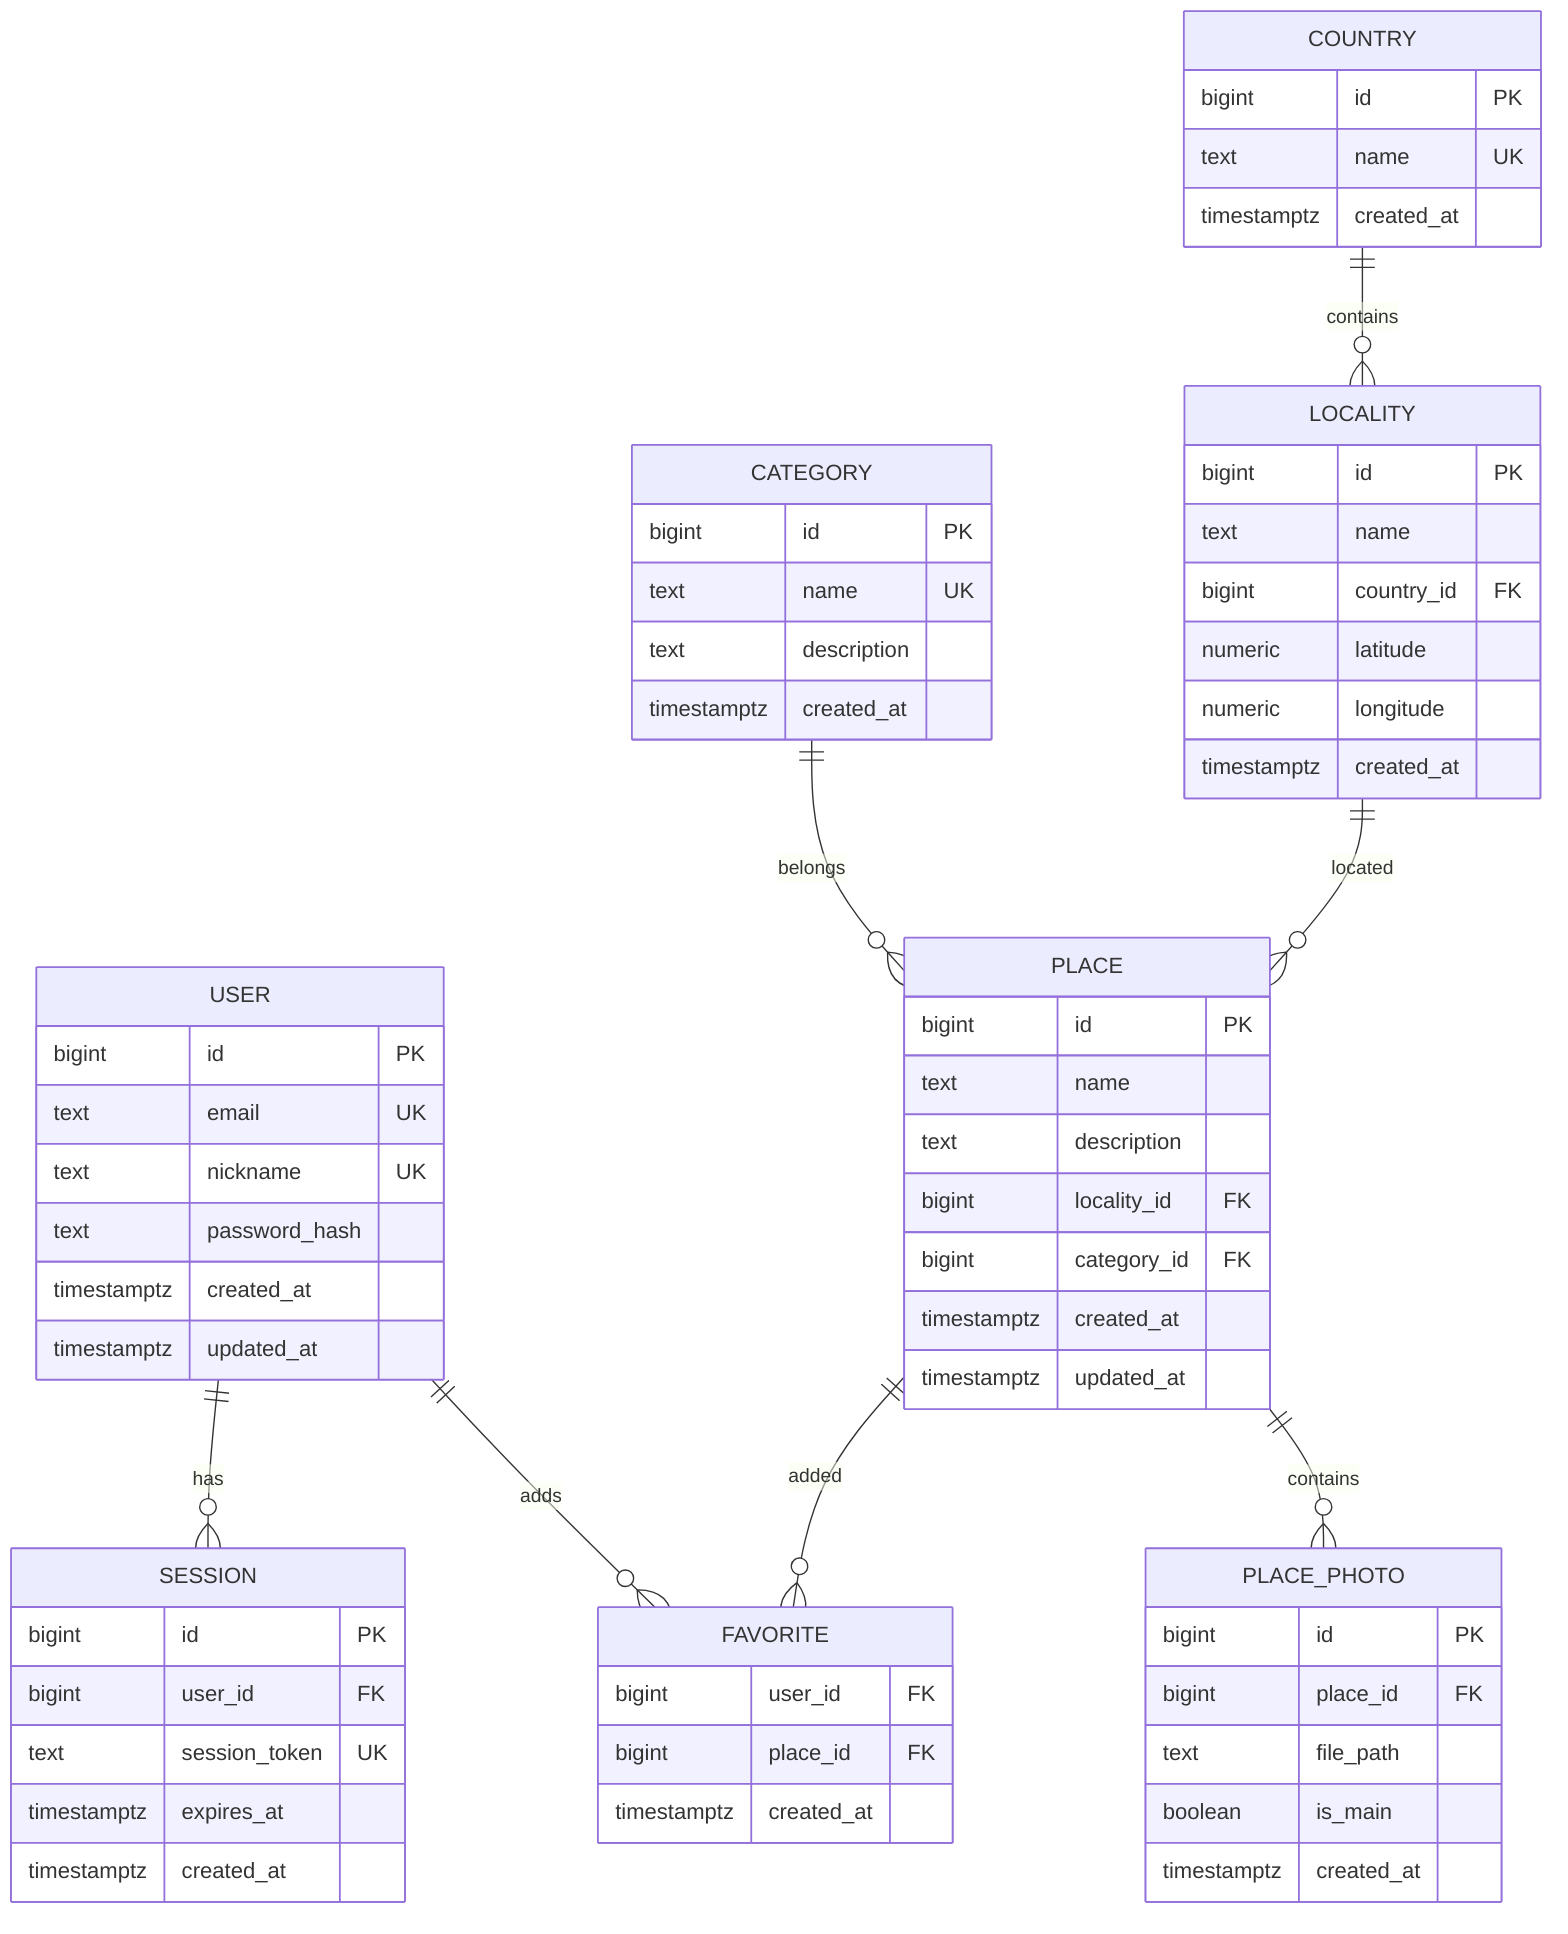
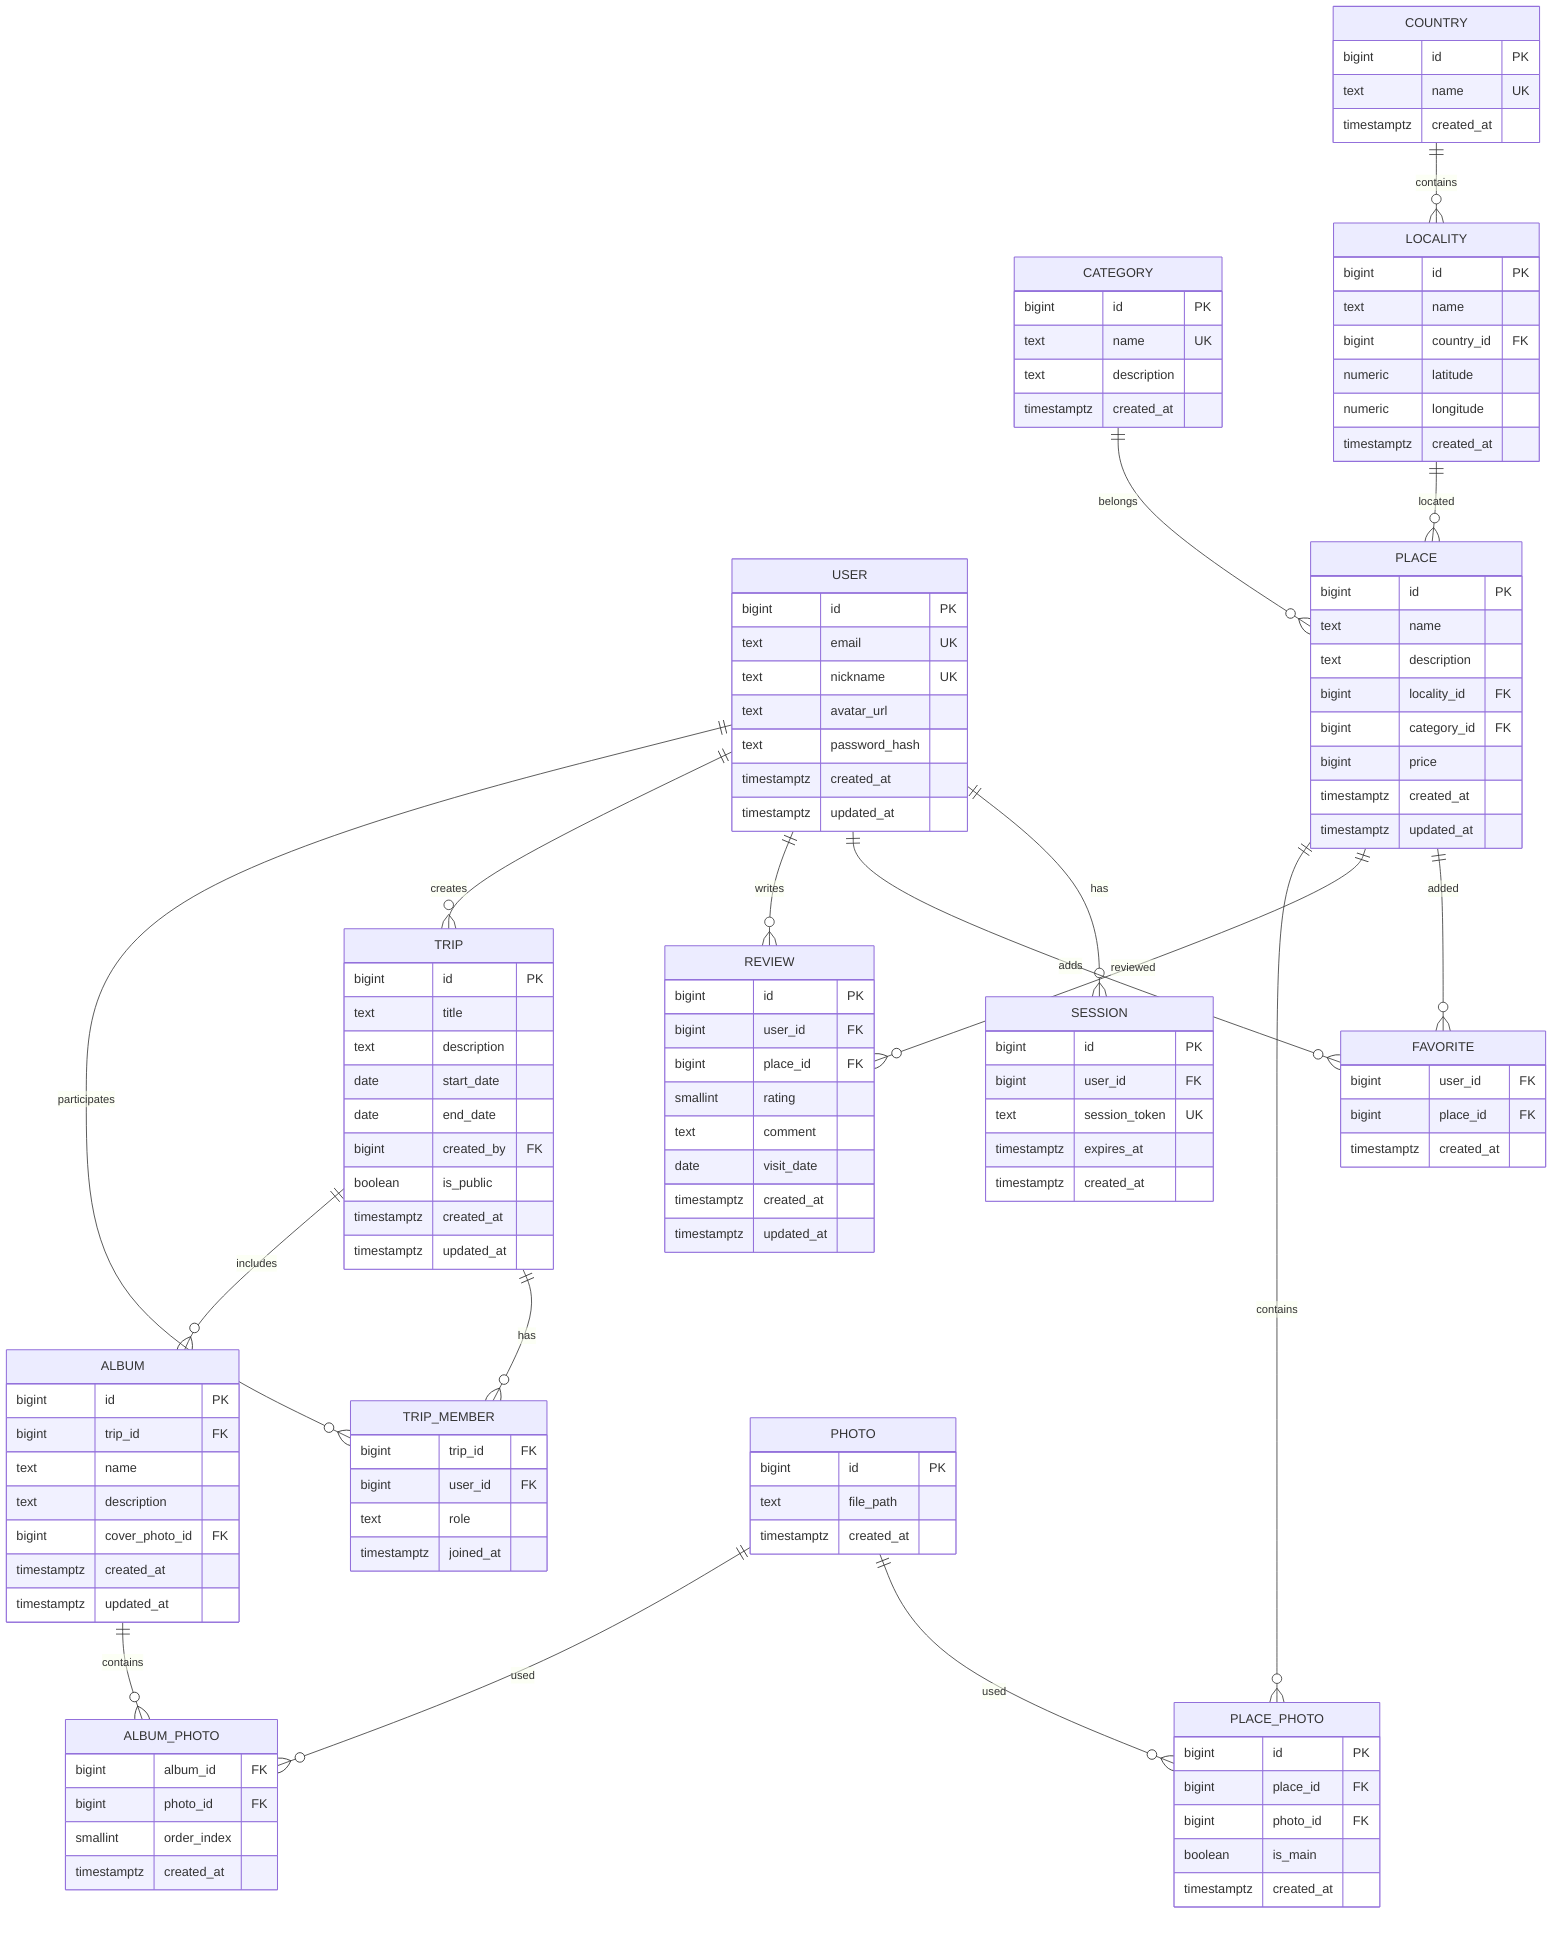
erDiagram
    USER ||--o{ SESSION : has
    USER ||--o{ FAVORITE : adds
+     USER ||--o{ REVIEW : writes
+     USER ||--o{ TRIP : creates
+     USER ||--o{ TRIP_MEMBER : participates
    PLACE ||--o{ FAVORITE : added
+     PLACE ||--o{ REVIEW : reviewed
    PLACE ||--o{ PLACE_PHOTO : contains
    CATEGORY ||--o{ PLACE : belongs
    LOCALITY ||--o{ PLACE : located
    COUNTRY ||--o{ LOCALITY : contains
+     TRIP ||--o{ TRIP_MEMBER : has
+     TRIP ||--o{ ALBUM : includes
+     ALBUM ||--o{ ALBUM_PHOTO : contains
+     PHOTO ||--o{ PLACE_PHOTO : used
+     PHOTO ||--o{ ALBUM_PHOTO : used

    USER {
        bigint id PK
        text email UK
        text nickname UK
+         text avatar_url
        text password_hash
        timestamptz created_at
        timestamptz updated_at
    }

    SESSION {
        bigint id PK
        bigint user_id FK
        text session_token UK
        timestamptz expires_at
        timestamptz created_at
    }

    FAVORITE {
        bigint user_id FK
        bigint place_id FK
        timestamptz created_at
    }

-     PLACE {
+     REVIEW {
        bigint id PK
-         text name
-         text description
-         bigint locality_id FK
-         bigint category_id FK
+         bigint user_id FK
+         bigint place_id FK
+         smallint rating
+         text comment
+         date visit_date
        timestamptz created_at
        timestamptz updated_at
-     }
- 
-     PLACE_PHOTO {
-         bigint id PK
-         bigint place_id FK
-         text file_path
-         boolean is_main
-         timestamptz created_at
    }

    CATEGORY {
        bigint id PK
        text name UK
        text description
+         timestamptz created_at
+     }
+ 
+     COUNTRY {
+         bigint id PK
+         text name UK
        timestamptz created_at
    }

    LOCALITY {
        bigint id PK
        text name
        bigint country_id FK
        numeric latitude
        numeric longitude
        timestamptz created_at
    }

-     COUNTRY {
+     PLACE {
        bigint id PK
-         text name UK
+         text name
+         text description
+         bigint locality_id FK
+         bigint category_id FK
+         bigint price
+         timestamptz created_at
+         timestamptz updated_at
+     }
+ 
+     PLACE_PHOTO {
+         bigint id PK
+         bigint place_id FK
+         bigint photo_id FK
+         boolean is_main
+         timestamptz created_at
+     }
+ 
+     PHOTO {
+         bigint id PK
+         text file_path
+         timestamptz created_at
+     }
+ 
+     TRIP {
+         bigint id PK
+         text title
+         text description
+         date start_date
+         date end_date
+         bigint created_by FK
+         boolean is_public
+         timestamptz created_at
+         timestamptz updated_at
+     }
+ 
+     TRIP_MEMBER {
+         bigint trip_id FK
+         bigint user_id FK
+         text role
+         timestamptz joined_at
+     }
+ 
+     ALBUM {
+         bigint id PK
+         bigint trip_id FK
+         text name
+         text description
+         bigint cover_photo_id FK
+         timestamptz created_at
+         timestamptz updated_at
+     }
+ 
+     ALBUM_PHOTO {
+         bigint album_id FK
+         bigint photo_id FK
+         smallint order_index
        timestamptz created_at
    }